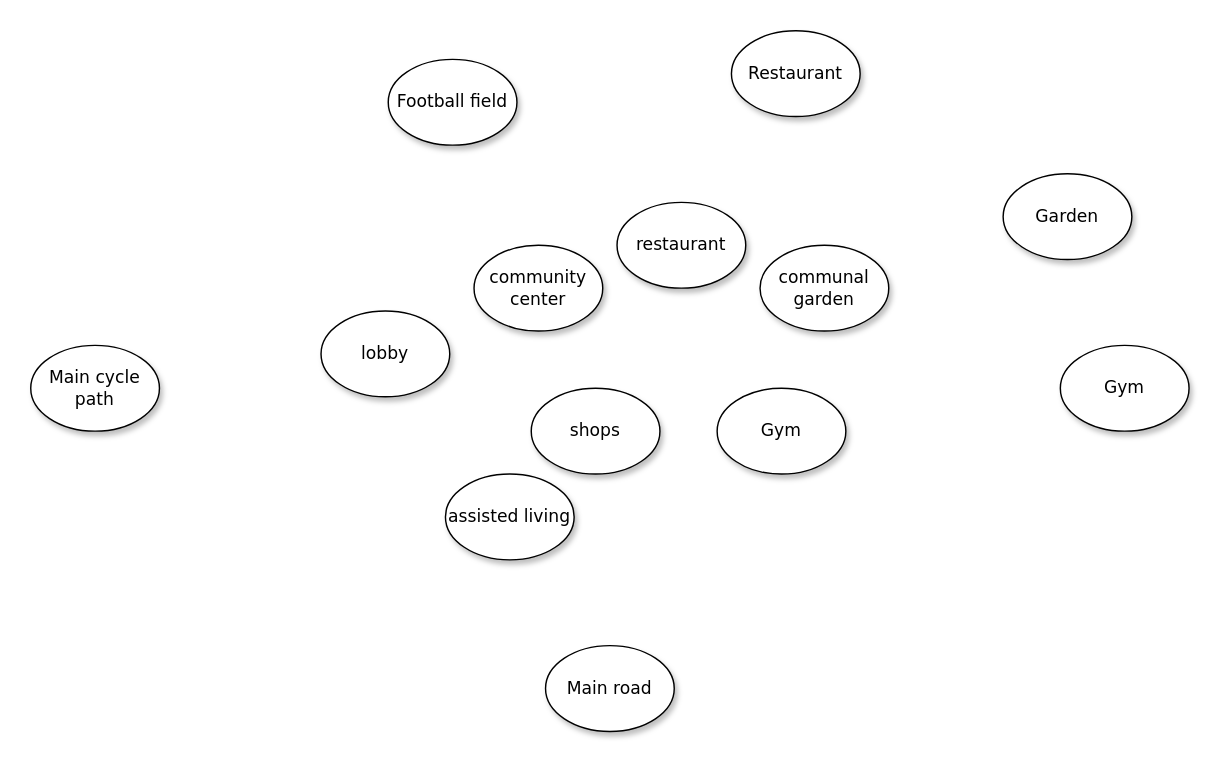
Above: webpage/docs/pdf/context connections.drawio in Demnity/spatial_computing (draw.io), before the change. Source tidied: cells renumbered, new cells numbered last; positions are measured from the earlier drawing's top-left corner, leaving out a move shared by most shapes. Both pictures are drawn from the tidied source at 143%, with x=0, y=0 at pixel (30, 30).
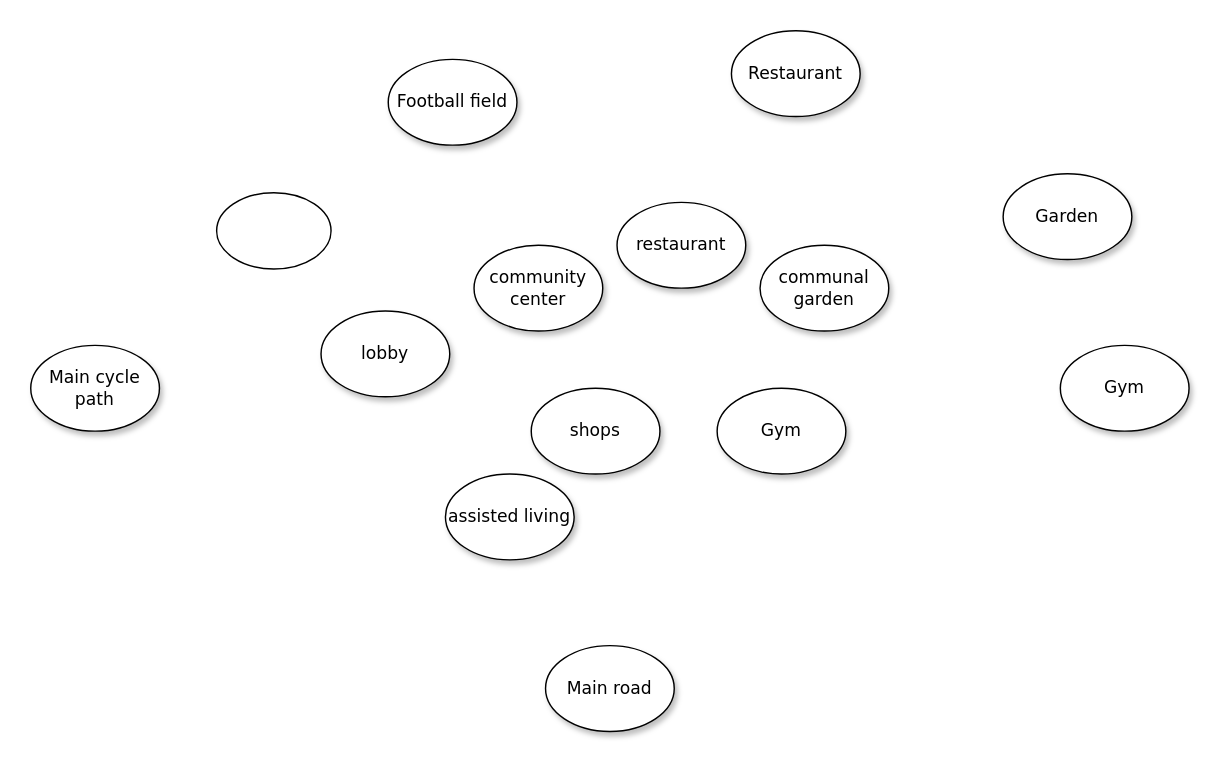
The same diagram, later.

Change to the diagram source:
```diff
@@
 <mxGraphModel>
   <root>
     <mxCell id="0" />
     <mxCell id="1" parent="0" />
     <mxCell id="2" value="Restaurant" style="ellipse;whiteSpace=wrap;html=1;rounded=0;shadow=1;comic=0;labelBackgroundColor=none;strokeWidth=1;fontFamily=Verdana;fontSize=12;align=center;" parent="1" vertex="1">
       <mxGeometry x="490" width="90" height="60" as="geometry" />
     </mxCell>
     <mxCell id="3" value="Garden" style="ellipse;whiteSpace=wrap;html=1;rounded=0;shadow=1;comic=0;labelBackgroundColor=none;strokeWidth=1;fontFamily=Verdana;fontSize=12;align=center;" parent="1" vertex="1">
       <mxGeometry x="680" y="100" width="90" height="60" as="geometry" />
     </mxCell>
     <mxCell id="4" value="Gym" style="ellipse;whiteSpace=wrap;html=1;rounded=0;shadow=1;comic=0;labelBackgroundColor=none;strokeWidth=1;fontFamily=Verdana;fontSize=12;align=center;" parent="1" vertex="1">
       <mxGeometry x="720" y="220" width="90" height="60" as="geometry" />
     </mxCell>
     <mxCell id="5" value="Main road" style="ellipse;whiteSpace=wrap;html=1;rounded=0;shadow=1;comic=0;labelBackgroundColor=none;strokeWidth=1;fontFamily=Verdana;fontSize=12;align=center;" parent="1" vertex="1">
       <mxGeometry x="360" y="430" width="90" height="60" as="geometry" />
     </mxCell>
     <mxCell id="6" value="Main cycle path" style="ellipse;whiteSpace=wrap;html=1;rounded=0;shadow=1;comic=0;labelBackgroundColor=none;strokeWidth=1;fontFamily=Verdana;fontSize=12;align=center;" parent="1" vertex="1">
       <mxGeometry y="220" width="90" height="60" as="geometry" />
     </mxCell>
     <mxCell id="7" value="community center" style="ellipse;whiteSpace=wrap;html=1;rounded=0;shadow=1;comic=0;labelBackgroundColor=none;strokeWidth=1;fontFamily=Verdana;fontSize=12;align=center;" parent="1" vertex="1">
       <mxGeometry x="310" y="150" width="90" height="60" as="geometry" />
     </mxCell>
     <mxCell id="8" value="Football field" style="ellipse;whiteSpace=wrap;html=1;rounded=0;shadow=1;comic=0;labelBackgroundColor=none;strokeWidth=1;fontFamily=Verdana;fontSize=12;align=center;" parent="1" vertex="1">
       <mxGeometry x="250" y="20" width="90" height="60" as="geometry" />
     </mxCell>
     <mxCell id="9" value="communal garden" style="ellipse;whiteSpace=wrap;html=1;rounded=0;shadow=1;comic=0;labelBackgroundColor=none;strokeWidth=1;fontFamily=Verdana;fontSize=12;align=center;" parent="1" vertex="1">
       <mxGeometry x="510" y="150" width="90" height="60" as="geometry" />
     </mxCell>
     <mxCell id="10" value="restaurant" style="ellipse;whiteSpace=wrap;html=1;rounded=0;shadow=1;comic=0;labelBackgroundColor=none;strokeWidth=1;fontFamily=Verdana;fontSize=12;align=center;" parent="1" vertex="1">
       <mxGeometry x="410" y="120" width="90" height="60" as="geometry" />
     </mxCell>
     <mxCell id="11" value="Gym" style="ellipse;whiteSpace=wrap;html=1;rounded=0;shadow=1;comic=0;labelBackgroundColor=none;strokeWidth=1;fontFamily=Verdana;fontSize=12;align=center;" parent="1" vertex="1">
       <mxGeometry x="480" y="250" width="90" height="60" as="geometry" />
     </mxCell>
     <mxCell id="12" value="shops" style="ellipse;whiteSpace=wrap;html=1;rounded=0;shadow=1;comic=0;labelBackgroundColor=none;strokeWidth=1;fontFamily=Verdana;fontSize=12;align=center;" parent="1" vertex="1">
       <mxGeometry x="350" y="250" width="90" height="60" as="geometry" />
     </mxCell>
     <mxCell id="13" value="lobby" style="ellipse;whiteSpace=wrap;html=1;rounded=0;shadow=1;comic=0;labelBackgroundColor=none;strokeWidth=1;fontFamily=Verdana;fontSize=12;align=center;" parent="1" vertex="1">
       <mxGeometry x="203" y="196" width="90" height="60" as="geometry" />
     </mxCell>
     <mxCell id="14" value="assisted living" style="ellipse;whiteSpace=wrap;html=1;rounded=0;shadow=1;comic=0;labelBackgroundColor=none;strokeWidth=1;fontFamily=Verdana;fontSize=12;align=center;" parent="1" vertex="1">
       <mxGeometry x="290" y="310" width="90" height="60" as="geometry" />
     </mxCell>
+    <mxCell id="15" style="ellipse;whiteSpace=wrap;html=1;" parent="1" vertex="1">
+      <mxGeometry x="130" y="113.3" width="80" height="53.3" as="geometry" />
+    </mxCell>
   </root>
 </mxGraphModel>
```
